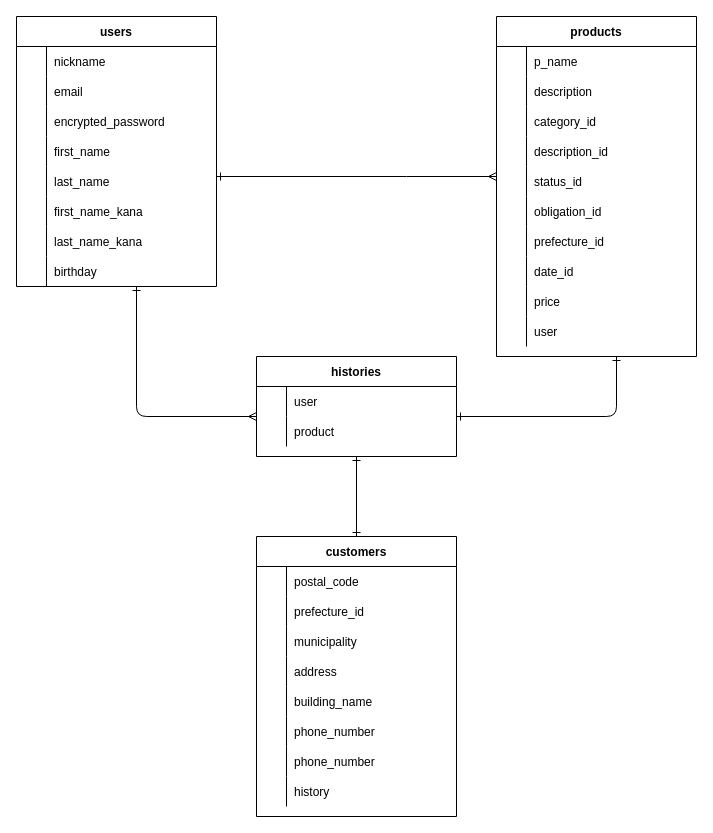
Earlier version of the draw.io diagram furima.dio (tama0607/furima-35860). Source tidied: cells renumbered, new cells numbered last; positions are measured from the earlier drawing's top-left corner, leaving out a move shared by most shapes. Both pictures are drawn from the tidied source at 100%, with x=0, y=0 at pixel (16, 16).
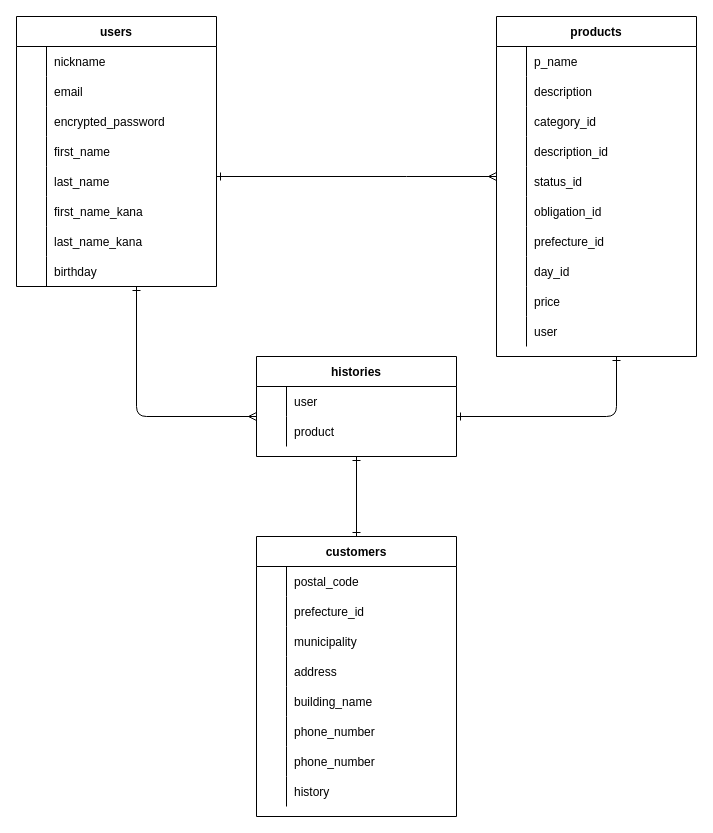
After the change.

The change refers to these unchanged cells:
```xml
<mxCell id="56" style="shape=partialRectangle;fillColor=none;top=0;left=0;bottom=0;right=0;" parent="34" vertex="1">
  <mxGeometry y="240" width="200" height="30" as="geometry" />
</mxCell>
```

Change to the diagram source:
```diff
@@
-    <mxCell id="58" value="date_id" style="shape=partialRectangle;fillColor=none;top=0;left=0;bottom=0;right=0;align=left;spacingLeft=6;overflow=hidden;" parent="56" vertex="1">
+    <mxCell id="58" value="day_id" style="shape=partialRectangle;fillColor=none;top=0;left=0;bottom=0;right=0;align=left;spacingLeft=6;overflow=hidden;" parent="56" vertex="1">
       <mxGeometry x="30" width="170" height="30" as="geometry" />
     </mxCell>
```
